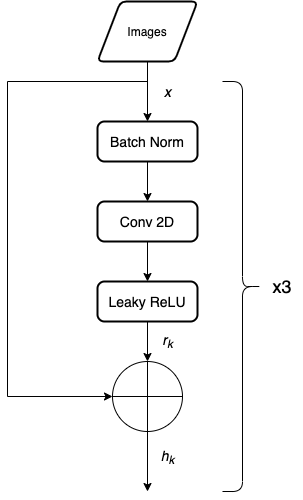
Before: figures/conv_net.png, a diagram exported from draw.io (Engineero/couch_surfing). Source tidied: cells renumbered, new cells last; positions are measured from the earlier drawing's top-left corner, leaving out a move shared by most shapes. The source it was exported from:
```xml
<mxGraphModel>
  <root>
    <mxCell id="0" />
    <mxCell id="1" parent="0" />
    <mxCell id="2" value="&lt;i&gt;&lt;font style=&quot;font-size: 14px&quot;&gt;x&lt;/font&gt;&lt;/i&gt;" style="edgeStyle=orthogonalEdgeStyle;rounded=0;jettySize=auto;html=1;" parent="1" edge="1" source="4" target="6">
      <mxGeometry y="20" relative="1" as="geometry" />
    </mxCell>
    <mxCell id="3" style="edgeStyle=orthogonalEdgeStyle;rounded=0;jettySize=auto;html=1;exitX=0.5;exitY=1;exitDx=0;exitDy=0;entryX=0;entryY=0.5;entryDx=0;entryDy=0;entryPerimeter=0;" parent="1" edge="1" source="4" target="12">
      <mxGeometry relative="1" as="geometry">
        <Array as="points">
          <mxPoint x="140" y="80" />
          <mxPoint y="80" />
          <mxPoint y="395" />
        </Array>
      </mxGeometry>
    </mxCell>
    <mxCell id="4" value="Images" style="shape=parallelogram;html=1;strokeWidth=2;perimeter=parallelogramPerimeter;whiteSpace=wrap;rounded=1;arcSize=12;size=0.23;" parent="1" vertex="1">
      <mxGeometry x="90" width="100" height="60" as="geometry" />
    </mxCell>
    <mxCell id="5" style="edgeStyle=orthogonalEdgeStyle;rounded=0;jettySize=auto;html=1;" parent="1" edge="1" source="6" target="8">
      <mxGeometry relative="1" as="geometry" />
    </mxCell>
    <mxCell id="6" value="&lt;font style=&quot;font-size: 14px&quot;&gt;Batch Norm&lt;/font&gt;" style="rounded=1;whiteSpace=wrap;html=1;absoluteArcSize=1;arcSize=14;strokeWidth=2;" parent="1" vertex="1">
      <mxGeometry x="90" y="120" width="100" height="40" as="geometry" />
    </mxCell>
    <mxCell id="7" style="edgeStyle=orthogonalEdgeStyle;rounded=0;jettySize=auto;html=1;" parent="1" edge="1" source="8" target="10">
      <mxGeometry relative="1" as="geometry" />
    </mxCell>
    <mxCell id="8" value="&lt;font style=&quot;font-size: 14px&quot;&gt;Conv 2D&lt;/font&gt;" style="rounded=1;whiteSpace=wrap;html=1;absoluteArcSize=1;arcSize=14;strokeWidth=2;" parent="1" vertex="1">
      <mxGeometry x="90" y="200" width="100" height="40" as="geometry" />
    </mxCell>
    <mxCell id="9" value="&lt;font style=&quot;font-size: 14px&quot;&gt;&lt;i&gt;r&lt;sub&gt;k&lt;/sub&gt;&lt;/i&gt;&lt;/font&gt;" style="edgeStyle=orthogonalEdgeStyle;rounded=0;jettySize=auto;html=1;" parent="1" edge="1" source="10" target="12">
      <mxGeometry y="20" relative="1" as="geometry" />
    </mxCell>
    <mxCell id="10" value="&lt;font style=&quot;font-size: 14px&quot;&gt;Leaky ReLU&lt;/font&gt;" style="rounded=1;whiteSpace=wrap;html=1;absoluteArcSize=1;arcSize=14;strokeWidth=2;" parent="1" vertex="1">
      <mxGeometry x="90" y="280" width="100" height="40" as="geometry" />
    </mxCell>
    <mxCell id="11" value="&lt;i&gt;&lt;font style=&quot;font-size: 14px&quot;&gt;&lt;font&gt;h&lt;/font&gt;&lt;font&gt;&lt;sub&gt;k&lt;/sub&gt;&lt;/font&gt;&lt;/font&gt;&lt;/i&gt;" style="edgeStyle=orthogonalEdgeStyle;rounded=0;jettySize=auto;html=1;exitX=0.5;exitY=1;exitDx=0;exitDy=0;exitPerimeter=0;" parent="1" edge="1" source="12">
      <mxGeometry x="-0.14" y="20" relative="1" as="geometry">
        <mxPoint x="140" y="490" as="targetPoint" />
      </mxGeometry>
    </mxCell>
    <mxCell id="12" style="verticalLabelPosition=bottom;verticalAlign=top;html=1;shape=mxgraph.flowchart.summing_function;" parent="1" vertex="1">
      <mxGeometry x="105" y="360" width="70" height="70" as="geometry" />
    </mxCell>
    <mxCell id="13" style="edgeStyle=orthogonalEdgeStyle;rounded=0;orthogonalLoop=1;jettySize=auto;html=1;exitX=0.5;exitY=1;exitDx=0;exitDy=0;" parent="1" edge="1" source="8" target="8">
      <mxGeometry relative="1" as="geometry" />
    </mxCell>
    <mxCell id="14" style="shape=curlyBracket;whiteSpace=wrap;html=1;rounded=1;rotation=-180;" parent="1" vertex="1">
      <mxGeometry x="215" y="80" width="40" height="410" as="geometry" />
    </mxCell>
    <mxCell id="15" value="&lt;font style=&quot;font-size: 18px&quot;&gt;x3&lt;/font&gt;" style="text;html=1;strokeColor=none;fillColor=none;align=center;verticalAlign=middle;whiteSpace=wrap;rounded=0;" parent="1" vertex="1">
      <mxGeometry x="255" y="275" width="40" height="20" as="geometry" />
    </mxCell>
  </root>
</mxGraphModel>
```
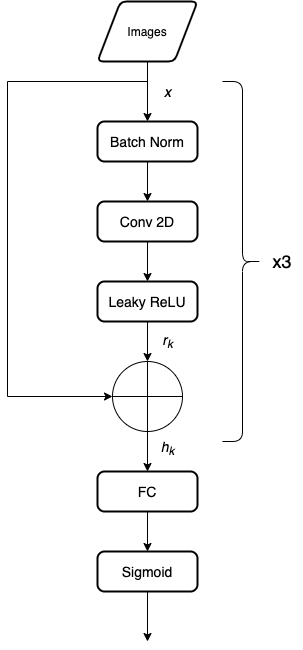
After the commit.

Change to the diagram source:
```diff
@@ -35,10 +35,8 @@
     <mxCell id="10" value="&lt;font style=&quot;font-size: 14px&quot;&gt;Leaky ReLU&lt;/font&gt;" style="rounded=1;whiteSpace=wrap;html=1;absoluteArcSize=1;arcSize=14;strokeWidth=2;" parent="1" vertex="1">
       <mxGeometry x="90" y="280" width="100" height="40" as="geometry" />
     </mxCell>
-    <mxCell id="11" value="&lt;i&gt;&lt;font style=&quot;font-size: 14px&quot;&gt;&lt;font&gt;h&lt;/font&gt;&lt;font&gt;&lt;sub&gt;k&lt;/sub&gt;&lt;/font&gt;&lt;/font&gt;&lt;/i&gt;" style="edgeStyle=orthogonalEdgeStyle;rounded=0;jettySize=auto;html=1;exitX=0.5;exitY=1;exitDx=0;exitDy=0;exitPerimeter=0;" parent="1" edge="1" source="12">
-      <mxGeometry x="-0.14" y="20" relative="1" as="geometry">
-        <mxPoint x="140" y="490" as="targetPoint" />
-      </mxGeometry>
+    <mxCell id="11" value="&lt;i&gt;&lt;font style=&quot;font-size: 14px&quot;&gt;&lt;font&gt;h&lt;/font&gt;&lt;font&gt;&lt;sub&gt;k&lt;/sub&gt;&lt;/font&gt;&lt;/font&gt;&lt;/i&gt;" style="edgeStyle=orthogonalEdgeStyle;rounded=0;jettySize=auto;html=1;exitX=0.5;exitY=1;exitDx=0;exitDy=0;exitPerimeter=0;entryX=0.5;entryY=0;entryDx=0;entryDy=0;" parent="1" edge="1" source="12" target="17">
+      <mxGeometry x="-0.14" y="20" relative="1" as="geometry" />
     </mxCell>
     <mxCell id="12" style="verticalLabelPosition=bottom;verticalAlign=top;html=1;shape=mxgraph.flowchart.summing_function;" parent="1" vertex="1">
       <mxGeometry x="105" y="360" width="70" height="70" as="geometry" />
@@ -47,10 +45,24 @@
       <mxGeometry relative="1" as="geometry" />
     </mxCell>
     <mxCell id="14" style="shape=curlyBracket;whiteSpace=wrap;html=1;rounded=1;rotation=-180;" parent="1" vertex="1">
-      <mxGeometry x="215" y="80" width="40" height="410" as="geometry" />
+      <mxGeometry x="215" y="80" width="40" height="360" as="geometry" />
     </mxCell>
     <mxCell id="15" value="&lt;font style=&quot;font-size: 18px&quot;&gt;x3&lt;/font&gt;" style="text;html=1;strokeColor=none;fillColor=none;align=center;verticalAlign=middle;whiteSpace=wrap;rounded=0;" parent="1" vertex="1">
-      <mxGeometry x="255" y="275" width="40" height="20" as="geometry" />
+      <mxGeometry x="255" y="250" width="40" height="20" as="geometry" />
     </mxCell>
+    <mxCell id="16" style="edgeStyle=orthogonalEdgeStyle;rounded=0;jettySize=auto;html=1;" parent="1" edge="1" source="17" target="19">
+      <mxGeometry relative="1" as="geometry" />
+    </mxCell>
+    <mxCell id="17" value="&lt;font style=&quot;font-size: 14px&quot;&gt;FC&lt;/font&gt;" style="rounded=1;whiteSpace=wrap;html=1;absoluteArcSize=1;arcSize=14;strokeWidth=2;" parent="1" vertex="1">
+      <mxGeometry x="90" y="470" width="100" height="40" as="geometry" />
+    </mxCell>
+    <mxCell id="18" style="edgeStyle=orthogonalEdgeStyle;rounded=0;jettySize=auto;html=1;exitX=0.5;exitY=1;exitDx=0;exitDy=0;" parent="1" edge="1" source="19">
+      <mxGeometry relative="1" as="geometry">
+        <mxPoint x="140" y="640" as="targetPoint" />
+      </mxGeometry>
+    </mxCell>
+    <mxCell id="19" value="&lt;font style=&quot;font-size: 14px&quot;&gt;Sigmoid&lt;/font&gt;" style="rounded=1;whiteSpace=wrap;html=1;absoluteArcSize=1;arcSize=14;strokeWidth=2;" parent="1" vertex="1">
+      <mxGeometry x="90" y="550" width="100" height="40" as="geometry" />
+    </mxCell>
   </root>
 </mxGraphModel>
```
